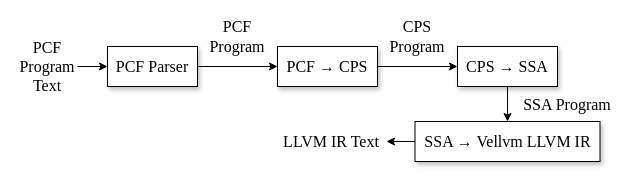
This is tase23/overview.drawio from ABigDoge/MyDiagrams, a draw.io file, before an edit. Source tidied: cells renumbered, new cells numbered last; positions are measured from the earlier drawing's top-left corner, leaving out a move shared by most shapes. Both pictures are drawn from the tidied source at 100%, with x=0, y=0 at pixel (17, 21).
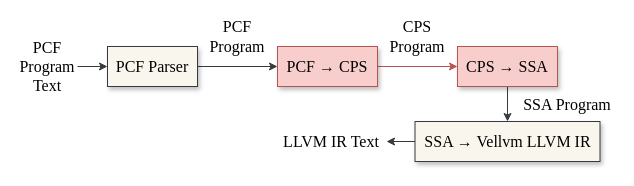
After the change.

Diff of the diagram source:
```diff
@@
 <mxGraphModel>
   <root>
     <mxCell id="0" />
     <mxCell id="1" parent="0" />
-    <mxCell id="2" style="edgeStyle=orthogonalEdgeStyle;rounded=0;jettySize=auto;html=1;fontFamily=Times New Roman;fontSize=16;fontColor=#000000;" parent="1" edge="1" source="3" target="5">
+    <mxCell id="2" style="edgeStyle=orthogonalEdgeStyle;rounded=0;jettySize=auto;html=1;fontFamily=Times New Roman;fontSize=16;fontColor=#000000;fillColor=#f9f7ed;strokeColor=#36393d;" parent="1" edge="1" source="3" target="5">
       <mxGeometry relative="1" as="geometry" />
     </mxCell>
-    <mxCell id="3" value="PCF Parser" style="rounded=0;whiteSpace=wrap;html=1;labelBackgroundColor=#ffffff;fontFamily=Times New Roman;fontSize=16;fontColor=#000000;shadow=1;" parent="1" vertex="1">
+    <mxCell id="3" value="PCF Parser" style="rounded=0;whiteSpace=wrap;html=1;labelBackgroundColor=none;fontFamily=Times New Roman;fontSize=16;shadow=1;fillColor=#f9f7ed;strokeColor=#36393d;" parent="1" vertex="1">
       <mxGeometry x="90" y="25" width="90" height="40" as="geometry" />
     </mxCell>
-    <mxCell id="4" style="edgeStyle=orthogonalEdgeStyle;rounded=0;jettySize=auto;html=1;fontFamily=Times New Roman;fontSize=16;fontColor=#000000;" parent="1" edge="1" source="5" target="7">
+    <mxCell id="4" style="edgeStyle=orthogonalEdgeStyle;rounded=0;jettySize=auto;html=1;fontFamily=Times New Roman;fontSize=16;fontColor=#000000;fillColor=#f8cecc;strokeColor=#b85450;" parent="1" edge="1" source="5" target="7">
       <mxGeometry relative="1" as="geometry" />
     </mxCell>
-    <mxCell id="5" value="PCF&amp;nbsp;→ CPS" style="rounded=0;whiteSpace=wrap;html=1;labelBackgroundColor=#ffffff;fontFamily=Times New Roman;fontSize=16;fontColor=#000000;shadow=1;" parent="1" vertex="1">
+    <mxCell id="5" value="PCF&amp;nbsp;→ CPS" style="rounded=0;whiteSpace=wrap;html=1;labelBackgroundColor=none;fontFamily=Times New Roman;fontSize=16;shadow=1;fillColor=#f8cecc;strokeColor=#b85450;" parent="1" vertex="1">
       <mxGeometry x="260" y="25" width="100" height="40" as="geometry" />
     </mxCell>
-    <mxCell id="6" style="edgeStyle=orthogonalEdgeStyle;rounded=0;jettySize=auto;html=1;fontFamily=Times New Roman;fontSize=16;fontColor=#000000;" parent="1" edge="1" source="7" target="9">
+    <mxCell id="6" style="edgeStyle=orthogonalEdgeStyle;rounded=0;jettySize=auto;html=1;fontFamily=Times New Roman;fontSize=16;fontColor=#000000;fillColor=#f9f7ed;strokeColor=#36393d;" parent="1" edge="1" source="7" target="9">
       <mxGeometry relative="1" as="geometry" />
     </mxCell>
-    <mxCell id="7" value="CPS → SSA" style="rounded=0;whiteSpace=wrap;html=1;labelBackgroundColor=#ffffff;fontFamily=Times New Roman;fontSize=16;fontColor=#000000;shadow=1;" parent="1" vertex="1">
+    <mxCell id="7" value="CPS → SSA" style="rounded=0;whiteSpace=wrap;html=1;labelBackgroundColor=none;fontFamily=Times New Roman;fontSize=16;shadow=1;fillColor=#f8cecc;strokeColor=#b85450;" parent="1" vertex="1">
       <mxGeometry x="440" y="25" width="100" height="40" as="geometry" />
     </mxCell>
-    <mxCell id="8" style="edgeStyle=orthogonalEdgeStyle;rounded=0;jettySize=auto;html=1;" parent="1" edge="1" source="9" target="12">
+    <mxCell id="8" style="edgeStyle=orthogonalEdgeStyle;rounded=0;jettySize=auto;html=1;fillColor=#f9f7ed;strokeColor=#36393d;" parent="1" edge="1" source="9" target="12">
       <mxGeometry relative="1" as="geometry" />
     </mxCell>
-    <mxCell id="9" value="SSA → Vellvm LLVM IR" style="rounded=0;whiteSpace=wrap;html=1;labelBackgroundColor=#ffffff;fontFamily=Times New Roman;fontSize=16;fontColor=#000000;shadow=1;" parent="1" vertex="1">
+    <mxCell id="9" value="SSA → Vellvm LLVM IR" style="rounded=0;whiteSpace=wrap;html=1;labelBackgroundColor=none;fontFamily=Times New Roman;fontSize=16;shadow=1;fillColor=#f9f7ed;strokeColor=#36393d;" parent="1" vertex="1">
       <mxGeometry x="397.5" y="100" width="185" height="40" as="geometry" />
     </mxCell>
-    <mxCell id="10" style="edgeStyle=orthogonalEdgeStyle;rounded=0;jettySize=auto;html=1;fontFamily=Times New Roman;fontSize=16;fontColor=#000000;" parent="1" edge="1" source="11" target="3">
+    <mxCell id="10" style="edgeStyle=orthogonalEdgeStyle;rounded=0;jettySize=auto;html=1;fontFamily=Times New Roman;fontSize=16;fontColor=#000000;fillColor=#f9f7ed;strokeColor=#36393d;" parent="1" edge="1" source="11" target="3">
       <mxGeometry relative="1" as="geometry" />
     </mxCell>
     <mxCell id="11" value="PCF Program Text" style="text;html=1;strokeColor=none;fillColor=none;align=center;verticalAlign=middle;whiteSpace=wrap;rounded=0;fontSize=16;fontFamily=Times New Roman;fontColor=#000000;" parent="1" vertex="1">
       <mxGeometry y="30" width="60" height="30" as="geometry" />
     </mxCell>
     <mxCell id="12" value="LLVM IR Text" style="text;html=1;strokeColor=none;fillColor=none;align=center;verticalAlign=middle;whiteSpace=wrap;rounded=0;fontSize=16;fontFamily=Times New Roman;fontColor=#000000;" parent="1" vertex="1">
       <mxGeometry x="259" y="105" width="110" height="30" as="geometry" />
     </mxCell>
     <mxCell id="13" value="PCF Program" style="text;html=1;strokeColor=none;fillColor=none;align=center;verticalAlign=middle;whiteSpace=wrap;rounded=0;fontSize=16;fontFamily=Times New Roman;fontColor=#000000;" parent="1" vertex="1">
       <mxGeometry x="190" width="60" height="30" as="geometry" />
     </mxCell>
     <mxCell id="14" value="CPS Program" style="text;html=1;strokeColor=none;fillColor=none;align=center;verticalAlign=middle;whiteSpace=wrap;rounded=0;fontSize=16;fontFamily=Times New Roman;fontColor=#000000;" parent="1" vertex="1">
       <mxGeometry x="370" y="7.5" width="60" height="15" as="geometry" />
     </mxCell>
     <mxCell id="15" value="SSA Program" style="text;html=1;strokeColor=none;fillColor=none;align=center;verticalAlign=middle;whiteSpace=wrap;rounded=0;fontSize=16;fontFamily=Times New Roman;fontColor=#000000;" parent="1" vertex="1">
       <mxGeometry x="500" y="75" width="100" height="15" as="geometry" />
     </mxCell>
   </root>
 </mxGraphModel>
```
